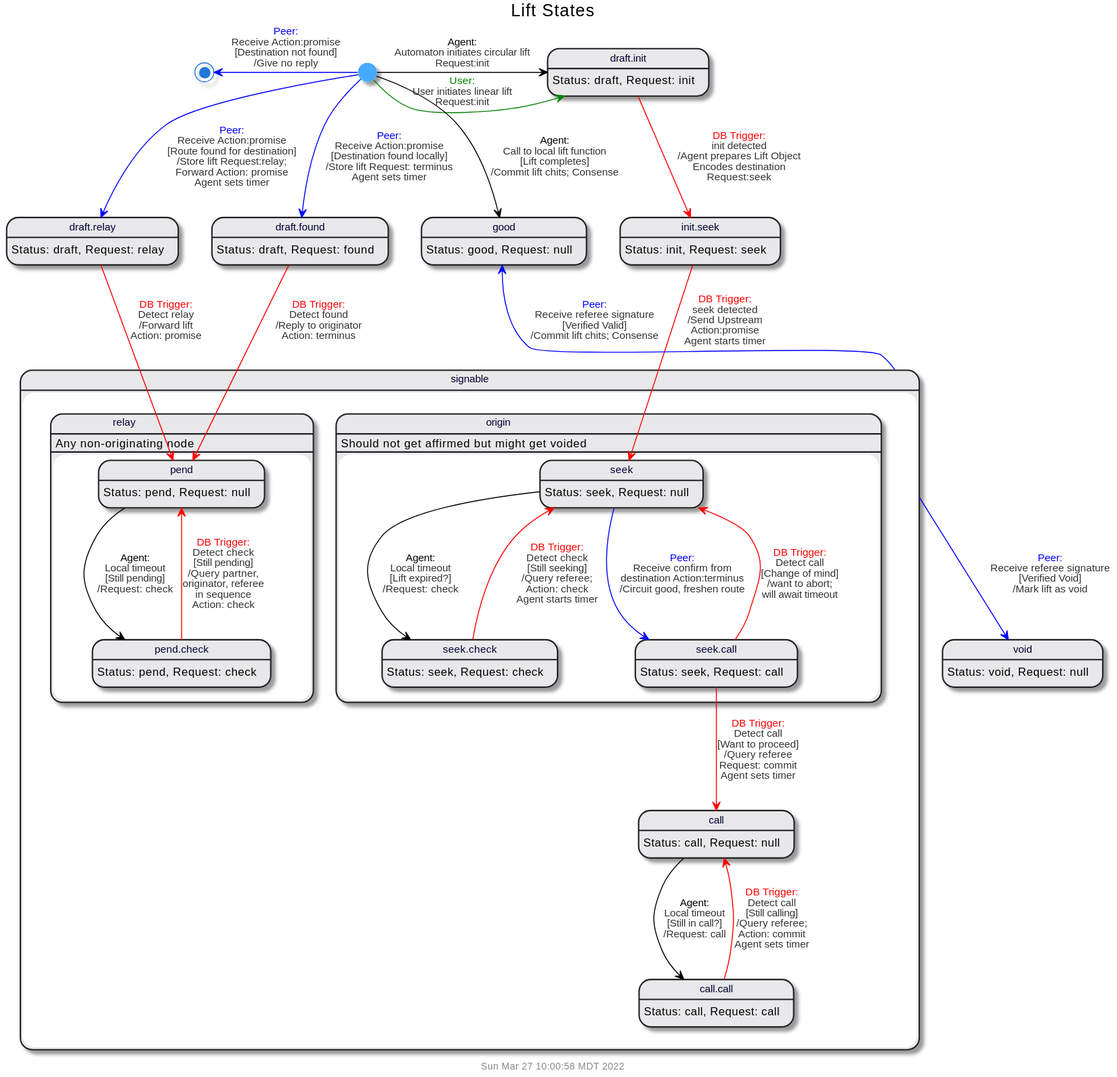
Above: doc/uml/state-lift.svg in gotchoices/MyCHIPs (PlantUML), before the change. Source of this version:
```plantuml
@startuml
!include common.puml

$title(Lift States)
state "draft.init" as draftInit
state "init.seek" as initSeek
state "draft.relay" as draftRelay
state "draft.found" as draftFound
state signable {
  state origin {
    state seek
    state "seek.check" as seekCheck
    state "seek.call" as seekCall
  }
  state call
  state "call.call" as callCall
  state relay {
    state pend
    state "pend.check" as pendCheck
  }
}

draftInit: Status: draft, Request: init
initSeek: Status: init, Request: seek
draftFound:  Status: draft, Request: found
draftRelay:  Status: draft, Request: relay
seek:  Status: seek, Request: null
seekCheck:  Status: seek, Request: check
seekCall:  Status: seek, Request: call
call:  Status: call, Request: null
callCall:  Status: call, Request: call
good:  Status: good, Request: null
pend:  Status: pend, Request: null
void:  Status: void, Request: null
pendCheck:  Status: pend, Request: check
origin: Should not get affirmed but might get voided
relay: Any non-originating node

[*] -right[$user]-> draftInit: $trans($user,User initiates linear lift\nRequest:init,'')
[*] -right-> draftInit: $trans(Agent,Automaton initiates circular lift\nRequest:init,'')
draftInit -[$db]-> initSeek: $trans($db, init detected, '', Agent prepares Lift Object\nEncodes destination\nRequest:seek)
initSeek -[$db]-> seek: $trans($db, seek detected,'',Send Upstream\nAction:promise\nAgent starts timer)

seek -[$peer]-> seekCall: $trans($peer,'Receive confirm from\ndestination Action:terminus','', 'Circuit good, freshen route')
seekCall -[$db]-> seek: $trans($db,Detect call, Change of mind, want to abort;\nwill await timeout)
seekCall -[$db]-> call: $trans($db,Detect call, Want to proceed, Query referee\nRequest: commit\nAgent sets timer)
call --> callCall: $trans(Agent, Local timeout, Still in call?, Request: call)
callCall -[$db]-> call: $trans($db,Detect call, Still calling, Query referee;\nAction: commit\nAgent sets timer)

seek --> seekCheck: $trans(Agent,Local timeout,Lift expired?, Request: check)
seekCheck -[$db]-> seek: $trans($db,Detect check, Still seeking, Query referee;\nAction: check\nAgent starts timer)

[*] -left[$peer]-> [*]: $trans($peer,Receive Action:promise, Destination not found, Give no reply)
[*] -[$peer]-> draftRelay: $trans($peer,Receive Action:promise,Route found for destination, 'Store lift Request:relay;\nForward Action: promise\nAgent sets timer')
[*] -[$peer]-> draftFound: $trans($peer,Receive Action:promise,Destination found locally, 'Store lift Request: terminus\nAgent sets timer')

draftRelay -[$db]-> pend: $trans($db,Detect relay,'', Forward lift\nAction: promise)
draftFound -[$db]-> pend: $trans($db,Detect found,'', Reply to originator\nAction: terminus)

pend --> pendCheck: $trans(Agent, Local timeout, Still pending, Request: check)
pendCheck -[$db]-> pend: $trans($db, Detect check, Still pending, 'Query partner,\noriginator, referee\nin sequence\nAction: check')

[*] --> good: $trans(Agent, Call to local lift function, Lift completes, Commit lift chits; Consense)

signable -up[$peer]-> good: $trans($peer,Receive referee signature, Verified Valid, Commit lift chits; Consense)
signable -[$peer]-> void: $trans($peer,Receive referee signature, Verified Void, Mark lift as void)

@enduml
```
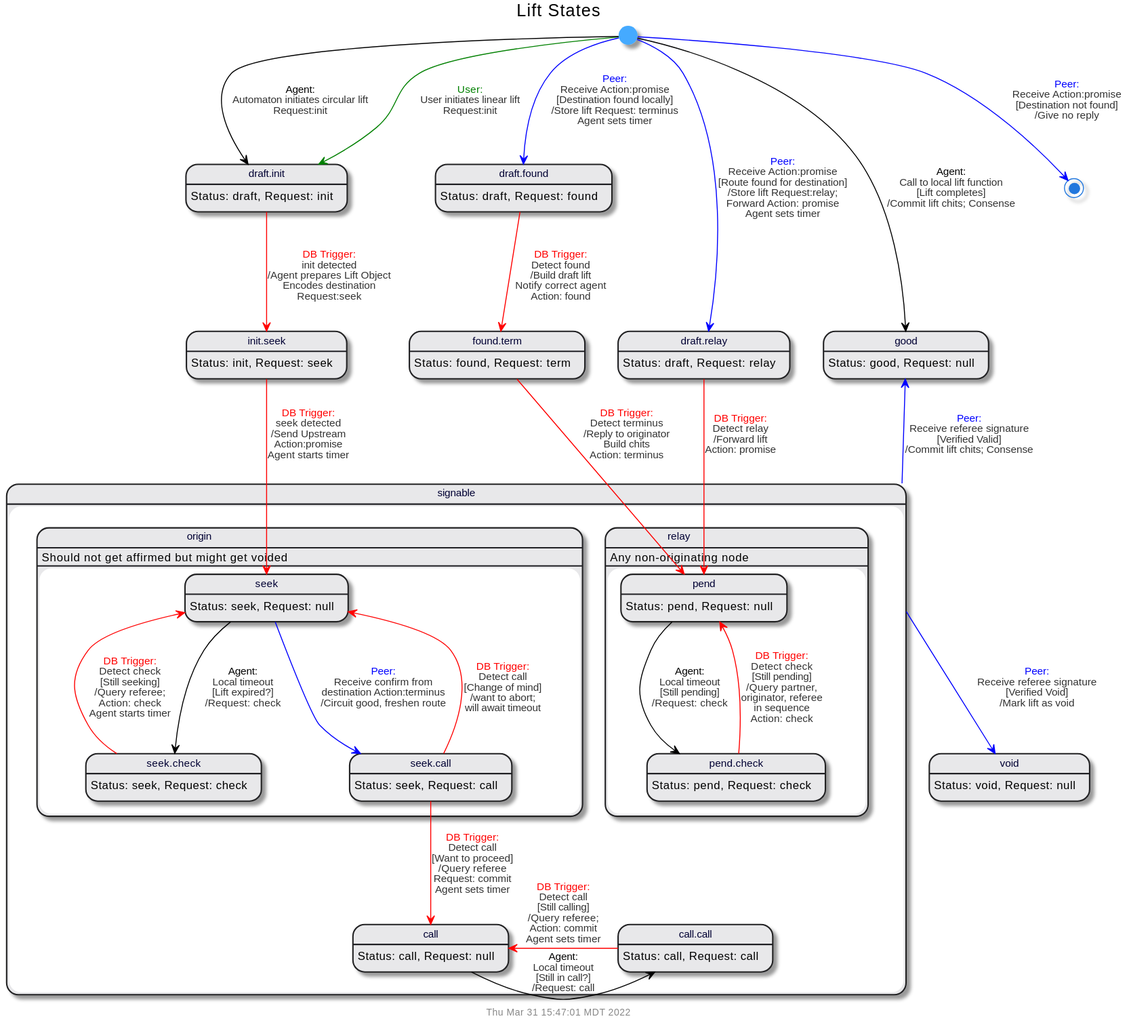
After the change.

Change to the diagram source:
```diff
@@ -6,6 +6,7 @@
 state "init.seek" as initSeek
 state "draft.relay" as draftRelay
 state "draft.found" as draftFound
+state "found.term" as foundTerm
 state signable {
   state origin {
     state seek
@@ -23,6 +24,7 @@
 draftInit: Status: draft, Request: init
 initSeek: Status: init, Request: seek
 draftFound:  Status: draft, Request: found
+foundTerm:  Status: found, Request: term
 draftRelay:  Status: draft, Request: relay
 seek:  Status: seek, Request: null
 seekCheck:  Status: seek, Request: check
@@ -36,26 +38,27 @@
 origin: Should not get affirmed but might get voided
 relay: Any non-originating node
 
-[*] -right[$user]-> draftInit: $trans($user,User initiates linear lift\nRequest:init,'')
-[*] -right-> draftInit: $trans(Agent,Automaton initiates circular lift\nRequest:init,'')
+[*] -[$user]-> draftInit: $trans($user,User initiates linear lift\nRequest:init,'')
+[*] --> draftInit: $trans(Agent,Automaton initiates circular lift\nRequest:init,'')
 draftInit -[$db]-> initSeek: $trans($db, init detected, '', Agent prepares Lift Object\nEncodes destination\nRequest:seek)
 initSeek -[$db]-> seek: $trans($db, seek detected,'',Send Upstream\nAction:promise\nAgent starts timer)
 
 seek -[$peer]-> seekCall: $trans($peer,'Receive confirm from\ndestination Action:terminus','', 'Circuit good, freshen route')
 seekCall -[$db]-> seek: $trans($db,Detect call, Change of mind, want to abort;\nwill await timeout)
 seekCall -[$db]-> call: $trans($db,Detect call, Want to proceed, Query referee\nRequest: commit\nAgent sets timer)
-call --> callCall: $trans(Agent, Local timeout, Still in call?, Request: call)
-callCall -[$db]-> call: $trans($db,Detect call, Still calling, Query referee;\nAction: commit\nAgent sets timer)
+call -right-> callCall: $trans(Agent, Local timeout, Still in call?, Request: call)
+callCall -left[$db]-> call: $trans($db,Detect call, Still calling, Query referee;\nAction: commit\nAgent sets timer)
 
 seek --> seekCheck: $trans(Agent,Local timeout,Lift expired?, Request: check)
 seekCheck -[$db]-> seek: $trans($db,Detect check, Still seeking, Query referee;\nAction: check\nAgent starts timer)
 
-[*] -left[$peer]-> [*]: $trans($peer,Receive Action:promise, Destination not found, Give no reply)
+[*] -[$peer]-> [*]: $trans($peer,Receive Action:promise, Destination not found, Give no reply)
 [*] -[$peer]-> draftRelay: $trans($peer,Receive Action:promise,Route found for destination, 'Store lift Request:relay;\nForward Action: promise\nAgent sets timer')
 [*] -[$peer]-> draftFound: $trans($peer,Receive Action:promise,Destination found locally, 'Store lift Request: terminus\nAgent sets timer')
 
+draftFound -[$db]-> foundTerm: $trans($db,Detect found,'', Build draft lift\nNotify correct agent\nAction: found)
+foundTerm -[$db]-> pend: $trans($db,Detect terminus,'', Reply to originator\nBuild chits\nAction: terminus)
 draftRelay -[$db]-> pend: $trans($db,Detect relay,'', Forward lift\nAction: promise)
-draftFound -[$db]-> pend: $trans($db,Detect found,'', Reply to originator\nAction: terminus)
 
 pend --> pendCheck: $trans(Agent, Local timeout, Still pending, Request: check)
 pendCheck -[$db]-> pend: $trans($db, Detect check, Still pending, 'Query partner,\noriginator, referee\nin sequence\nAction: check')
```
